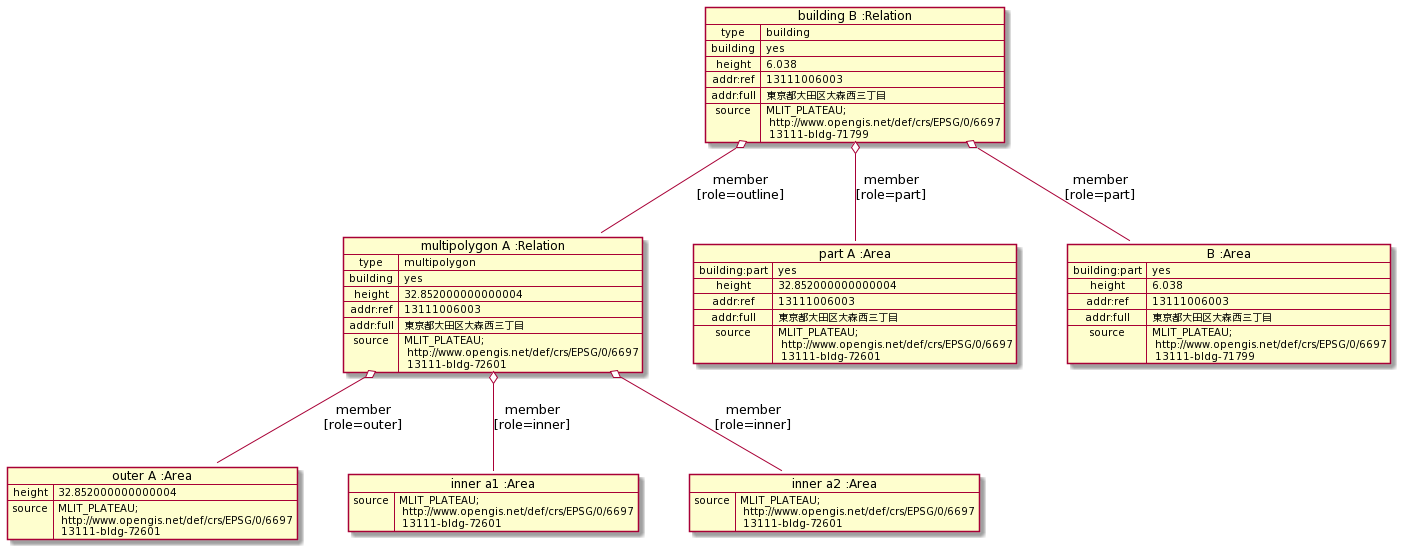
Earlier version of the PlantUML export doc/building/sample-d/osm3-RemoveSinglePart.png (yuuhayashi/citygml-osm).
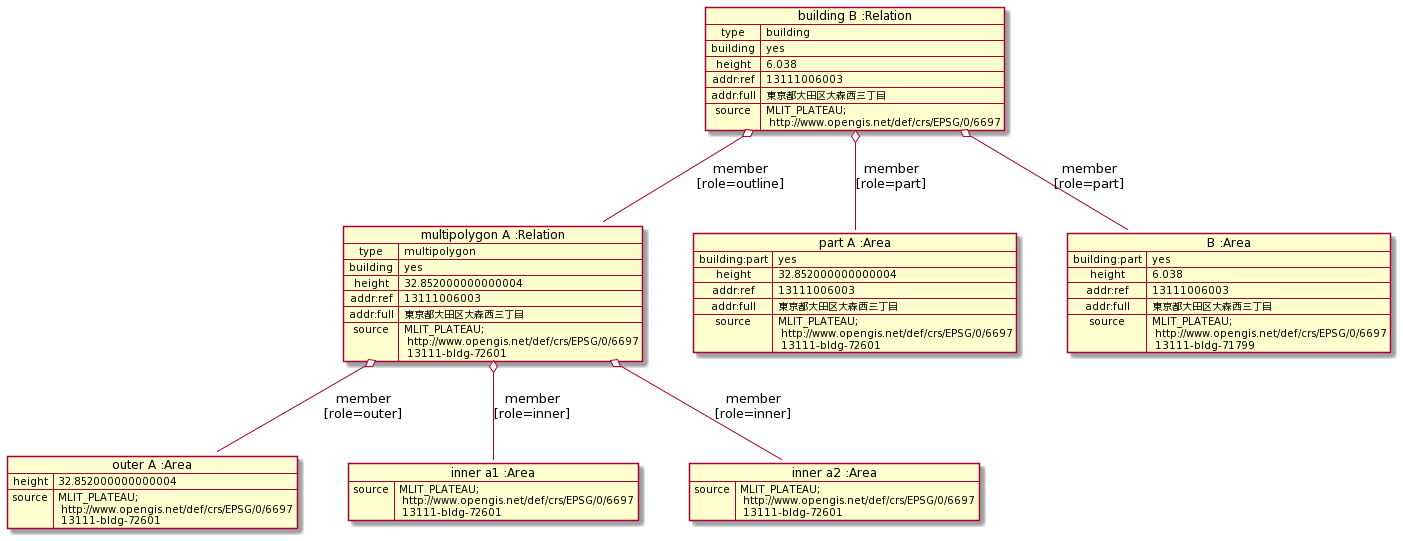
After the commit.

Diff of the diagram source:
```diff
@@ -36,7 +36,7 @@
  height => 6.038
  addr:ref => 13111006003
  addr:full => 東京都大田区大森西三丁目
- source => MLIT_PLATEAU;\n http://www.opengis.net/def/crs/EPSG/0/6697\n 13111-bldg-71799
+ source => MLIT_PLATEAU;\n http://www.opengis.net/def/crs/EPSG/0/6697
 }
 
 map "B :Area" as partB {
```
